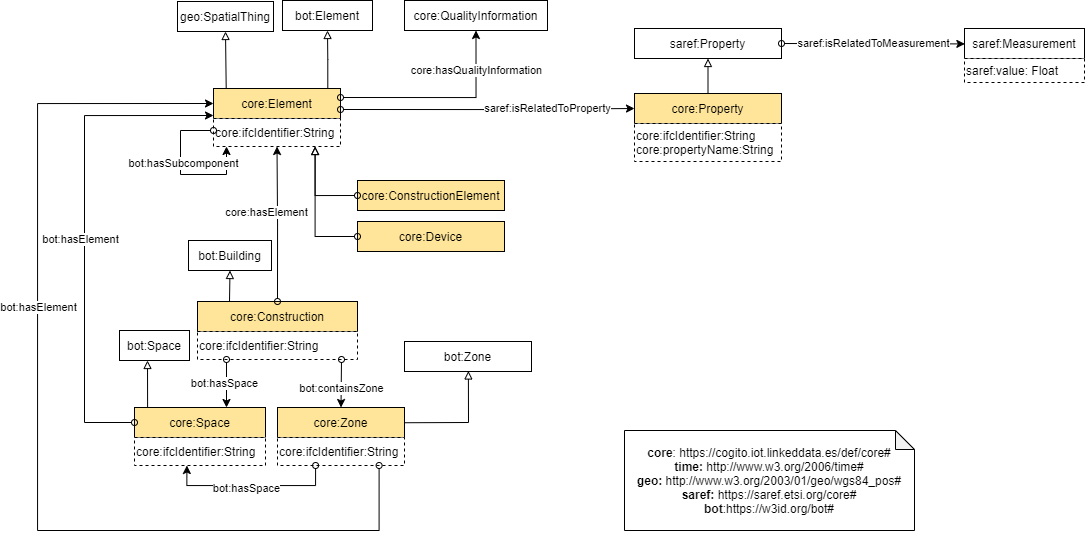
oeg-upm/cogito-building keeps this draw.io diagram as diagrams/diagram.png. Above is the earlier version. Source tidied: cells renumbered, new cells last; positions are measured from the earlier drawing's top-left corner, leaving out a move shared by most shapes.
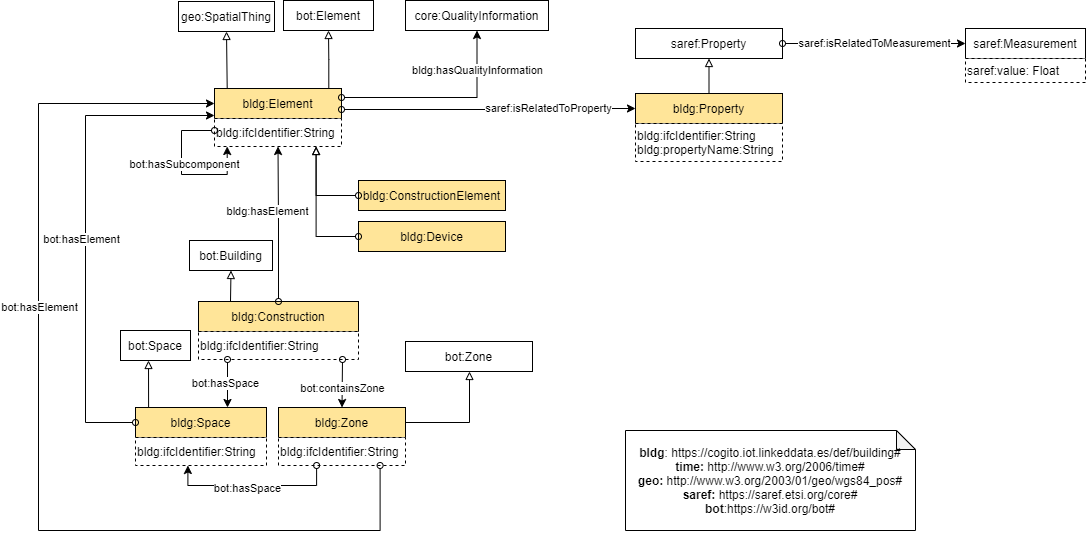
Above is the later version.

Change to the diagram source:
```diff
@@ -8,7 +8,7 @@
     <mxCell id="3" style="edgeStyle=none;rounded=0;jettySize=auto;html=1;exitX=0.2;exitY=0;exitDx=0;exitDy=0;entryX=0.5;entryY=1;entryDx=0;entryDy=0;startArrow=none;startFill=0;endArrow=block;endFill=0;" parent="1" edge="1" source="4" target="48">
       <mxGeometry relative="1" as="geometry" />
     </mxCell>
-    <mxCell id="4" value="core:Construction" style="rounded=0;whiteSpace=wrap;html=1;snapToPoint=1;points=[[0.1,0],[0.2,0],[0.3,0],[0.4,0],[0.5,0],[0.6,0],[0.7,0],[0.8,0],[0.9,0],[0,0.1],[0,0.3],[0,0.5],[0,0.7],[0,0.9],[0.1,1],[0.2,1],[0.3,1],[0.4,1],[0.5,1],[0.6,1],[0.7,1],[0.8,1],[0.9,1],[1,0.1],[1,0.3],[1,0.5],[1,0.7],[1,0.9]];fillColor=#FFE599;" parent="1" vertex="1">
+    <mxCell id="4" value="bldg:Construction" style="rounded=0;whiteSpace=wrap;html=1;snapToPoint=1;points=[[0.1,0],[0.2,0],[0.3,0],[0.4,0],[0.5,0],[0.6,0],[0.7,0],[0.8,0],[0.9,0],[0,0.1],[0,0.3],[0,0.5],[0,0.7],[0,0.9],[0.1,1],[0.2,1],[0.3,1],[0.4,1],[0.5,1],[0.6,1],[0.7,1],[0.8,1],[0.9,1],[1,0.1],[1,0.3],[1,0.5],[1,0.7],[1,0.9]];fillColor=#FFE599;" parent="1" vertex="1">
       <mxGeometry x="160" y="301" width="160" height="30" as="geometry" />
     </mxCell>
     <mxCell id="5" style="edgeStyle=none;rounded=0;jettySize=auto;html=1;startArrow=none;startFill=0;endArrow=block;endFill=0;" parent="1" edge="1" source="6" target="47">
@@ -18,13 +18,13 @@
         </Array>
       </mxGeometry>
     </mxCell>
-    <mxCell id="6" value="core:Zone" style="rounded=0;whiteSpace=wrap;html=1;snapToPoint=1;points=[[0.1,0],[0.2,0],[0.3,0],[0.4,0],[0.5,0],[0.6,0],[0.7,0],[0.8,0],[0.9,0],[0,0.1],[0,0.3],[0,0.5],[0,0.7],[0,0.9],[0.1,1],[0.2,1],[0.3,1],[0.4,1],[0.5,1],[0.6,1],[0.7,1],[0.8,1],[0.9,1],[1,0.1],[1,0.3],[1,0.5],[1,0.7],[1,0.9]];fillColor=#FFE599;" parent="1" vertex="1">
+    <mxCell id="6" value="bldg:Zone" style="rounded=0;whiteSpace=wrap;html=1;snapToPoint=1;points=[[0.1,0],[0.2,0],[0.3,0],[0.4,0],[0.5,0],[0.6,0],[0.7,0],[0.8,0],[0.9,0],[0,0.1],[0,0.3],[0,0.5],[0,0.7],[0,0.9],[0.1,1],[0.2,1],[0.3,1],[0.4,1],[0.5,1],[0.6,1],[0.7,1],[0.8,1],[0.9,1],[1,0.1],[1,0.3],[1,0.5],[1,0.7],[1,0.9]];fillColor=#FFE599;" parent="1" vertex="1">
       <mxGeometry x="240" y="407" width="127" height="30" as="geometry" />
     </mxCell>
     <mxCell id="7" style="edgeStyle=none;rounded=0;jettySize=auto;html=1;exitX=0.1;exitY=0;exitDx=0;exitDy=0;entryX=0.4;entryY=1;entryDx=0;entryDy=0;startArrow=none;startFill=0;endArrow=block;endFill=0;" parent="1" edge="1" source="8" target="49">
       <mxGeometry relative="1" as="geometry" />
     </mxCell>
-    <mxCell id="8" value="core:Space" style="rounded=0;whiteSpace=wrap;html=1;snapToPoint=1;points=[[0.1,0],[0.2,0],[0.3,0],[0.4,0],[0.5,0],[0.6,0],[0.7,0],[0.8,0],[0.9,0],[0,0.1],[0,0.3],[0,0.5],[0,0.7],[0,0.9],[0.1,1],[0.2,1],[0.3,1],[0.4,1],[0.5,1],[0.6,1],[0.7,1],[0.8,1],[0.9,1],[1,0.1],[1,0.3],[1,0.5],[1,0.7],[1,0.9]];fillColor=#FFE599;" parent="1" vertex="1">
+    <mxCell id="8" value="bldg:Space" style="rounded=0;whiteSpace=wrap;html=1;snapToPoint=1;points=[[0.1,0],[0.2,0],[0.3,0],[0.4,0],[0.5,0],[0.6,0],[0.7,0],[0.8,0],[0.9,0],[0,0.1],[0,0.3],[0,0.5],[0,0.7],[0,0.9],[0.1,1],[0.2,1],[0.3,1],[0.4,1],[0.5,1],[0.6,1],[0.7,1],[0.8,1],[0.9,1],[1,0.1],[1,0.3],[1,0.5],[1,0.7],[1,0.9]];fillColor=#FFE599;" parent="1" vertex="1">
       <mxGeometry x="97" y="407" width="131" height="30" as="geometry" />
     </mxCell>
     <mxCell id="9" style="edgeStyle=none;rounded=0;jettySize=auto;html=1;exitX=0.1;exitY=0;exitDx=0;exitDy=0;entryX=0.5;entryY=1;entryDx=0;entryDy=0;fontColor=#FF0000;startArrow=none;startFill=0;endArrow=block;endFill=0;strokeColor=#000000;" parent="1" edge="1" source="11" target="32">
@@ -33,13 +33,13 @@
     <mxCell id="10" style="edgeStyle=orthogonalEdgeStyle;rounded=0;jettySize=auto;html=1;exitX=0.9;exitY=0;exitDx=0;exitDy=0;entryX=0.5;entryY=1;entryDx=0;entryDy=0;endArrow=block;endFill=0;" parent="1" edge="1" source="11" target="46">
       <mxGeometry relative="1" as="geometry" />
     </mxCell>
-    <mxCell id="11" value="core:Element" style="rounded=0;whiteSpace=wrap;html=1;snapToPoint=1;points=[[0.1,0],[0.2,0],[0.3,0],[0.4,0],[0.5,0],[0.6,0],[0.7,0],[0.8,0],[0.9,0],[0,0.1],[0,0.3],[0,0.5],[0,0.7],[0,0.9],[0.1,1],[0.2,1],[0.3,1],[0.4,1],[0.5,1],[0.6,1],[0.7,1],[0.8,1],[0.9,1],[1,0.1],[1,0.3],[1,0.5],[1,0.7],[1,0.9]];fillColor=#FFE599;" parent="1" vertex="1">
+    <mxCell id="11" value="bldg:Element" style="rounded=0;whiteSpace=wrap;html=1;snapToPoint=1;points=[[0.1,0],[0.2,0],[0.3,0],[0.4,0],[0.5,0],[0.6,0],[0.7,0],[0.8,0],[0.9,0],[0,0.1],[0,0.3],[0,0.5],[0,0.7],[0,0.9],[0.1,1],[0.2,1],[0.3,1],[0.4,1],[0.5,1],[0.6,1],[0.7,1],[0.8,1],[0.9,1],[1,0.1],[1,0.3],[1,0.5],[1,0.7],[1,0.9]];fillColor=#FFE599;" parent="1" vertex="1">
       <mxGeometry x="176" y="88" width="127" height="30" as="geometry" />
     </mxCell>
     <mxCell id="12" style="edgeStyle=orthogonalEdgeStyle;rounded=0;jettySize=auto;html=1;entryX=0.5;entryY=1;entryDx=0;entryDy=0;startArrow=oval;startFill=0;endArrow=classic;endFill=1;exitX=0.5;exitY=0;exitDx=0;exitDy=0;" parent="1" edge="1" source="4" target="22">
       <mxGeometry relative="1" as="geometry" />
     </mxCell>
-    <mxCell id="13" value="core:hasElement" style="edgeLabel;html=1;align=center;verticalAlign=middle;" parent="12" vertex="1">
+    <mxCell id="13" value="bldg:hasElement" style="edgeLabel;html=1;align=center;verticalAlign=middle;" parent="12" vertex="1">
       <mxGeometry x="0.34" y="1" relative="1" as="geometry">
         <mxPoint x="-10" y="13" as="offset" />
       </mxGeometry>
@@ -60,13 +60,13 @@
     <mxCell id="16" style="edgeStyle=orthogonalEdgeStyle;rounded=0;jettySize=auto;html=1;endArrow=block;endFill=0;exitX=0.5;exitY=0;exitDx=0;exitDy=0;entryX=0.5;entryY=1;entryDx=0;entryDy=0;" parent="1" edge="1" source="17" target="2">
       <mxGeometry relative="1" as="geometry" />
     </mxCell>
-    <mxCell id="17" value="core:Property" style="rounded=0;whiteSpace=wrap;html=1;snapToPoint=1;points=[[0.1,0],[0.2,0],[0.3,0],[0.4,0],[0.5,0],[0.6,0],[0.7,0],[0.8,0],[0.9,0],[0,0.1],[0,0.3],[0,0.5],[0,0.7],[0,0.9],[0.1,1],[0.2,1],[0.3,1],[0.4,1],[0.5,1],[0.6,1],[0.7,1],[0.8,1],[0.9,1],[1,0.1],[1,0.3],[1,0.5],[1,0.7],[1,0.9]];fillColor=#FFE599;" parent="1" vertex="1">
+    <mxCell id="17" value="bldg:Property" style="rounded=0;whiteSpace=wrap;html=1;snapToPoint=1;points=[[0.1,0],[0.2,0],[0.3,0],[0.4,0],[0.5,0],[0.6,0],[0.7,0],[0.8,0],[0.9,0],[0,0.1],[0,0.3],[0,0.5],[0,0.7],[0,0.9],[0.1,1],[0.2,1],[0.3,1],[0.4,1],[0.5,1],[0.6,1],[0.7,1],[0.8,1],[0.9,1],[1,0.1],[1,0.3],[1,0.5],[1,0.7],[1,0.9]];fillColor=#FFE599;" parent="1" vertex="1">
       <mxGeometry x="597" y="93" width="147" height="30" as="geometry" />
     </mxCell>
     <mxCell id="18" value="saref:isRelatedToProperty" style="edgeStyle=orthogonalEdgeStyle;rounded=0;jettySize=auto;html=1;startArrow=oval;startFill=0;endArrow=classic;endFill=1;entryX=0;entryY=0.5;entryDx=0;entryDy=0;exitX=1;exitY=0.7;exitDx=0;exitDy=0;" parent="1" edge="1" source="11" target="17">
       <mxGeometry x="0.41" relative="1" as="geometry" />
     </mxCell>
-    <mxCell id="19" value="&lt;span style=&quot;text-align: center&quot;&gt;core:&lt;/span&gt;ifcIdentifier:String&lt;br&gt;&lt;span style=&quot;text-align: center&quot;&gt;core:&lt;/span&gt;propertyName:String" style="rounded=0;whiteSpace=wrap;html=1;align=left;dashed=1;" parent="1" vertex="1">
+    <mxCell id="19" value="&lt;span style=&quot;text-align: center&quot;&gt;bldg&lt;/span&gt;&lt;span style=&quot;text-align: center&quot;&gt;:&lt;/span&gt;ifcIdentifier:String&lt;br&gt;&lt;span style=&quot;text-align: center&quot;&gt;bldg&lt;/span&gt;&lt;span style=&quot;text-align: center&quot;&gt;:&lt;/span&gt;propertyName:String" style="rounded=0;whiteSpace=wrap;html=1;align=left;dashed=1;" parent="1" vertex="1">
       <mxGeometry x="597" y="123" width="147" height="38" as="geometry" />
     </mxCell>
     <mxCell id="20" value="saref:Measurement" style="rounded=0;whiteSpace=wrap;html=1;snapToPoint=1;points=[[0.1,0],[0.2,0],[0.3,0],[0.4,0],[0.5,0],[0.6,0],[0.7,0],[0.8,0],[0.9,0],[0,0.1],[0,0.3],[0,0.5],[0,0.7],[0,0.9],[0.1,1],[0.2,1],[0.3,1],[0.4,1],[0.5,1],[0.6,1],[0.7,1],[0.8,1],[0.9,1],[1,0.1],[1,0.3],[1,0.5],[1,0.7],[1,0.9]];" parent="1" vertex="1">
@@ -75,7 +75,7 @@
     <mxCell id="21" value="&lt;span style=&quot;text-align: center&quot;&gt;saref:&lt;/span&gt;value: Float" style="rounded=0;whiteSpace=wrap;html=1;align=left;dashed=1;" parent="1" vertex="1">
       <mxGeometry x="927" y="58" width="120" height="24" as="geometry" />
     </mxCell>
-    <mxCell id="22" value="core:ifcIdentifier:String" style="rounded=0;whiteSpace=wrap;html=1;snapToPoint=1;points=[[0.1,0],[0.2,0],[0.3,0],[0.4,0],[0.5,0],[0.6,0],[0.7,0],[0.8,0],[0.9,0],[0,0.1],[0,0.3],[0,0.5],[0,0.7],[0,0.9],[0.1,1],[0.2,1],[0.3,1],[0.4,1],[0.5,1],[0.6,1],[0.7,1],[0.8,1],[0.9,1],[1,0.1],[1,0.3],[1,0.5],[1,0.7],[1,0.9]];align=left;dashed=1;" parent="1" vertex="1">
+    <mxCell id="22" value="&lt;span style=&quot;text-align: center&quot;&gt;bldg&lt;/span&gt;:ifcIdentifier:String" style="rounded=0;whiteSpace=wrap;html=1;snapToPoint=1;points=[[0.1,0],[0.2,0],[0.3,0],[0.4,0],[0.5,0],[0.6,0],[0.7,0],[0.8,0],[0.9,0],[0,0.1],[0,0.3],[0,0.5],[0,0.7],[0,0.9],[0.1,1],[0.2,1],[0.3,1],[0.4,1],[0.5,1],[0.6,1],[0.7,1],[0.8,1],[0.9,1],[1,0.1],[1,0.3],[1,0.5],[1,0.7],[1,0.9]];align=left;dashed=1;" parent="1" vertex="1">
       <mxGeometry x="176" y="118" width="127" height="28" as="geometry" />
     </mxCell>
     <mxCell id="23" style="edgeStyle=orthogonalEdgeStyle;rounded=0;jettySize=auto;html=1;entryX=0.1;entryY=1;entryDx=0;entryDy=0;fontColor=#000000;startArrow=oval;startFill=0;endArrow=classic;endFill=1;" parent="1" edge="1" target="22">
@@ -92,10 +92,10 @@
     <mxCell id="24" value="bot:hasSubcomponent" style="edgeLabel;html=1;align=center;verticalAlign=middle;" parent="23" vertex="1">
       <mxGeometry x="-0.12" y="2" relative="1" as="geometry" />
     </mxCell>
-    <mxCell id="25" value="core:ifcIdentifier:String" style="rounded=0;whiteSpace=wrap;html=1;snapToPoint=1;points=[[0.1,0],[0.2,0],[0.3,0],[0.4,0],[0.5,0],[0.6,0],[0.7,0],[0.8,0],[0.9,0],[0,0.1],[0,0.3],[0,0.5],[0,0.7],[0,0.9],[0.1,1],[0.2,1],[0.3,1],[0.4,1],[0.5,1],[0.6,1],[0.7,1],[0.8,1],[0.9,1],[1,0.1],[1,0.3],[1,0.5],[1,0.7],[1,0.9]];align=left;dashed=1;" parent="1" vertex="1">
+    <mxCell id="25" value="&lt;span style=&quot;text-align: center&quot;&gt;bldg&lt;/span&gt;:ifcIdentifier:String" style="rounded=0;whiteSpace=wrap;html=1;snapToPoint=1;points=[[0.1,0],[0.2,0],[0.3,0],[0.4,0],[0.5,0],[0.6,0],[0.7,0],[0.8,0],[0.9,0],[0,0.1],[0,0.3],[0,0.5],[0,0.7],[0,0.9],[0.1,1],[0.2,1],[0.3,1],[0.4,1],[0.5,1],[0.6,1],[0.7,1],[0.8,1],[0.9,1],[1,0.1],[1,0.3],[1,0.5],[1,0.7],[1,0.9]];align=left;dashed=1;" parent="1" vertex="1">
       <mxGeometry x="97" y="437" width="131" height="28" as="geometry" />
     </mxCell>
-    <mxCell id="26" value="core:ifcIdentifier:String" style="rounded=0;whiteSpace=wrap;html=1;snapToPoint=1;points=[[0.1,0],[0.2,0],[0.3,0],[0.4,0],[0.5,0],[0.6,0],[0.7,0],[0.8,0],[0.9,0],[0,0.1],[0,0.3],[0,0.5],[0,0.7],[0,0.9],[0.1,1],[0.2,1],[0.3,1],[0.4,1],[0.5,1],[0.6,1],[0.7,1],[0.8,1],[0.9,1],[1,0.1],[1,0.3],[1,0.5],[1,0.7],[1,0.9]];align=left;dashed=1;" parent="1" vertex="1">
+    <mxCell id="26" value="&lt;span style=&quot;text-align: center&quot;&gt;bldg&lt;/span&gt;:ifcIdentifier:String" style="rounded=0;whiteSpace=wrap;html=1;snapToPoint=1;points=[[0.1,0],[0.2,0],[0.3,0],[0.4,0],[0.5,0],[0.6,0],[0.7,0],[0.8,0],[0.9,0],[0,0.1],[0,0.3],[0,0.5],[0,0.7],[0,0.9],[0.1,1],[0.2,1],[0.3,1],[0.4,1],[0.5,1],[0.6,1],[0.7,1],[0.8,1],[0.9,1],[1,0.1],[1,0.3],[1,0.5],[1,0.7],[1,0.9]];align=left;dashed=1;" parent="1" vertex="1">
       <mxGeometry x="240" y="437" width="127" height="28" as="geometry" />
     </mxCell>
     <mxCell id="27" style="edgeStyle=orthogonalEdgeStyle;rounded=0;jettySize=auto;html=1;exitX=0.8;exitY=1;exitDx=0;exitDy=0;entryX=0;entryY=0.5;entryDx=0;entryDy=0;startArrow=oval;startFill=0;endArrow=classic;endFill=1;" parent="1" edge="1" source="26" target="11">
@@ -112,7 +112,7 @@
         <mxPoint x="6" y="-61" as="offset" />
       </mxGeometry>
     </mxCell>
-    <mxCell id="29" value="core:ifcIdentifier:String" style="rounded=0;whiteSpace=wrap;html=1;snapToPoint=1;points=[[0.1,0],[0.2,0],[0.3,0],[0.4,0],[0.5,0],[0.6,0],[0.7,0],[0.8,0],[0.9,0],[0,0.1],[0,0.3],[0,0.5],[0,0.7],[0,0.9],[0.1,1],[0.2,1],[0.3,1],[0.4,1],[0.5,1],[0.6,1],[0.7,1],[0.8,1],[0.9,1],[1,0.1],[1,0.3],[1,0.5],[1,0.7],[1,0.9]];align=left;dashed=1;" parent="1" vertex="1">
+    <mxCell id="29" value="&lt;span style=&quot;text-align: center&quot;&gt;bldg&lt;/span&gt;:ifcIdentifier:String" style="rounded=0;whiteSpace=wrap;html=1;snapToPoint=1;points=[[0.1,0],[0.2,0],[0.3,0],[0.4,0],[0.5,0],[0.6,0],[0.7,0],[0.8,0],[0.9,0],[0,0.1],[0,0.3],[0,0.5],[0,0.7],[0,0.9],[0.1,1],[0.2,1],[0.3,1],[0.4,1],[0.5,1],[0.6,1],[0.7,1],[0.8,1],[0.9,1],[1,0.1],[1,0.3],[1,0.5],[1,0.7],[1,0.9]];align=left;dashed=1;" parent="1" vertex="1">
       <mxGeometry x="160" y="331" width="160" height="28" as="geometry" />
     </mxCell>
     <mxCell id="30" style="rounded=0;jettySize=auto;html=1;startArrow=oval;startFill=0;endArrow=classic;endFill=1;exitX=0.9;exitY=1;exitDx=0;exitDy=0;entryX=0.5;entryY=0;entryDx=0;entryDy=0;" parent="1" edge="1" source="29" target="6">
@@ -148,10 +148,10 @@
         <mxPoint x="22" y="1" as="offset" />
       </mxGeometry>
     </mxCell>
-    <mxCell id="38" value="core:ConstructionElement" style="rounded=0;whiteSpace=wrap;html=1;snapToPoint=1;points=[[0.1,0],[0.2,0],[0.3,0],[0.4,0],[0.5,0],[0.6,0],[0.7,0],[0.8,0],[0.9,0],[0,0.1],[0,0.3],[0,0.5],[0,0.7],[0,0.9],[0.1,1],[0.2,1],[0.3,1],[0.4,1],[0.5,1],[0.6,1],[0.7,1],[0.8,1],[0.9,1],[1,0.1],[1,0.3],[1,0.5],[1,0.7],[1,0.9]];fillColor=#FFE599;" parent="1" vertex="1">
+    <mxCell id="38" value="bldg:ConstructionElement" style="rounded=0;whiteSpace=wrap;html=1;snapToPoint=1;points=[[0.1,0],[0.2,0],[0.3,0],[0.4,0],[0.5,0],[0.6,0],[0.7,0],[0.8,0],[0.9,0],[0,0.1],[0,0.3],[0,0.5],[0,0.7],[0,0.9],[0.1,1],[0.2,1],[0.3,1],[0.4,1],[0.5,1],[0.6,1],[0.7,1],[0.8,1],[0.9,1],[1,0.1],[1,0.3],[1,0.5],[1,0.7],[1,0.9]];fillColor=#FFE599;" parent="1" vertex="1">
       <mxGeometry x="320" y="180" width="147" height="30" as="geometry" />
     </mxCell>
-    <mxCell id="39" value="core:Device" style="rounded=0;whiteSpace=wrap;html=1;snapToPoint=1;points=[[0.1,0],[0.2,0],[0.3,0],[0.4,0],[0.5,0],[0.6,0],[0.7,0],[0.8,0],[0.9,0],[0,0.1],[0,0.3],[0,0.5],[0,0.7],[0,0.9],[0.1,1],[0.2,1],[0.3,1],[0.4,1],[0.5,1],[0.6,1],[0.7,1],[0.8,1],[0.9,1],[1,0.1],[1,0.3],[1,0.5],[1,0.7],[1,0.9]];fillColor=#FFE599;" parent="1" vertex="1">
+    <mxCell id="39" value="bldg:Device" style="rounded=0;whiteSpace=wrap;html=1;snapToPoint=1;points=[[0.1,0],[0.2,0],[0.3,0],[0.4,0],[0.5,0],[0.6,0],[0.7,0],[0.8,0],[0.9,0],[0,0.1],[0,0.3],[0,0.5],[0,0.7],[0,0.9],[0.1,1],[0.2,1],[0.3,1],[0.4,1],[0.5,1],[0.6,1],[0.7,1],[0.8,1],[0.9,1],[1,0.1],[1,0.3],[1,0.5],[1,0.7],[1,0.9]];fillColor=#FFE599;" parent="1" vertex="1">
       <mxGeometry x="320" y="221" width="147" height="30" as="geometry" />
     </mxCell>
     <mxCell id="40" style="edgeStyle=orthogonalEdgeStyle;rounded=0;jettySize=auto;html=1;exitX=0;exitY=0.5;exitDx=0;exitDy=0;entryX=0.8;entryY=1;entryDx=0;entryDy=0;startArrow=oval;startFill=0;endArrow=block;endFill=0;" parent="1" edge="1" source="38" target="22">
@@ -160,13 +160,13 @@
     <mxCell id="41" style="edgeStyle=orthogonalEdgeStyle;rounded=0;jettySize=auto;html=1;exitX=0;exitY=0.5;exitDx=0;exitDy=0;startArrow=oval;startFill=0;entryX=0.8;entryY=1;entryDx=0;entryDy=0;endArrow=block;endFill=0;" parent="1" edge="1" source="39" target="22">
       <mxGeometry relative="1" as="geometry" />
     </mxCell>
-    <mxCell id="42" value="&lt;div&gt;&lt;b&gt;core&lt;/b&gt;: https://cogito.iot.linkeddata.es/def/core#&lt;/div&gt;&lt;div&gt;&lt;b&gt;time:&lt;/b&gt; http://www.w3.org/2006/time#&lt;br&gt;&lt;/div&gt;&lt;div&gt;&lt;b&gt;geo: &lt;/b&gt;http://www.w3.org/2003/01/geo/wgs84_pos#&lt;/div&gt;&lt;div&gt;&lt;b&gt;saref: &lt;/b&gt;https://saref.etsi.org/core#&lt;/div&gt;&lt;div&gt;&lt;b&gt;bot&lt;/b&gt;:&lt;span&gt;https://w3id.org/bot#&lt;/span&gt;&lt;/div&gt;" style="shape=note;whiteSpace=wrap;html=1;backgroundOutline=1;darkOpacity=0.05;fontColor=#000000;strokeColor=#000000;size=19;" parent="1" vertex="1">
+    <mxCell id="42" value="&lt;div&gt;&lt;b&gt;bldg&lt;/b&gt;: https://cogito.iot.linkeddata.es/def/building#&lt;/div&gt;&lt;div&gt;&lt;b&gt;time:&lt;/b&gt; http://www.w3.org/2006/time#&lt;br&gt;&lt;/div&gt;&lt;div&gt;&lt;b&gt;geo: &lt;/b&gt;http://www.w3.org/2003/01/geo/wgs84_pos#&lt;/div&gt;&lt;div&gt;&lt;b&gt;saref: &lt;/b&gt;https://saref.etsi.org/core#&lt;/div&gt;&lt;div&gt;&lt;b&gt;bot&lt;/b&gt;:&lt;span&gt;https://w3id.org/bot#&lt;/span&gt;&lt;/div&gt;" style="shape=note;whiteSpace=wrap;html=1;backgroundOutline=1;darkOpacity=0.05;fontColor=#000000;strokeColor=#000000;size=19;" parent="1" vertex="1">
       <mxGeometry x="587" y="430" width="290" height="100" as="geometry" />
     </mxCell>
     <mxCell id="43" style="edgeStyle=orthogonalEdgeStyle;rounded=0;jettySize=auto;html=1;entryX=0.5;entryY=1;entryDx=0;entryDy=0;fontColor=#000000;startArrow=oval;startFill=0;endArrow=classic;endFill=1;strokeColor=#000000;exitX=1;exitY=0.3;exitDx=0;exitDy=0;" parent="1" edge="1" source="11" target="33">
       <mxGeometry relative="1" as="geometry" />
     </mxCell>
-    <mxCell id="44" value="core:hasQualityInformation" style="edgeLabel;html=1;align=center;verticalAlign=middle;fontColor=#000000;" parent="43" vertex="1">
+    <mxCell id="44" value="bldg:hasQualityInformation" style="edgeLabel;html=1;align=center;verticalAlign=middle;fontColor=#000000;" parent="43" vertex="1">
       <mxGeometry x="0.41" y="2" relative="1" as="geometry">
         <mxPoint x="2" y="-21" as="offset" />
       </mxGeometry>
```
